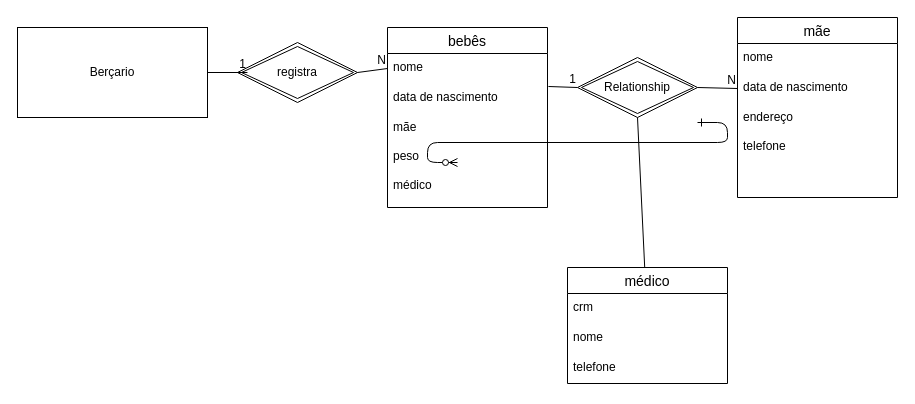
The draw.io diagram Berçario.drawio in K-lebb/BancoDeDados, before the edit. Source tidied: cells renumbered, new cells numbered last; positions are measured from the earlier drawing's top-left corner, leaving out a move shared by most shapes. Both pictures are drawn from the tidied source at 100%, with x=0, y=0 at pixel (17, 17).
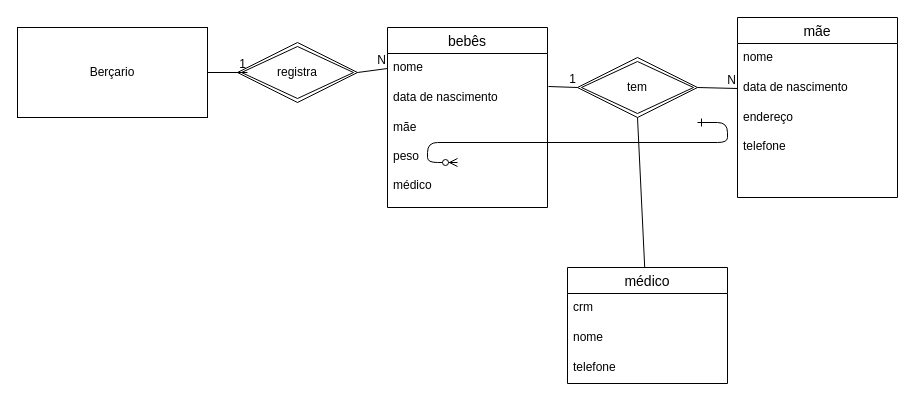
Above is the later version.

What changed in the source:
```diff
@@
-    <mxCell id="13" value="Relationship" style="shape=rhombus;double=1;perimeter=rhombusPerimeter;whiteSpace=wrap;html=1;align=center;" parent="1" vertex="1">
+    <mxCell id="13" value="tem" style="shape=rhombus;double=1;perimeter=rhombusPerimeter;whiteSpace=wrap;html=1;align=center;" parent="1" vertex="1">
       <mxGeometry x="560" y="40" width="120" height="60" as="geometry" />
     </mxCell>
```
